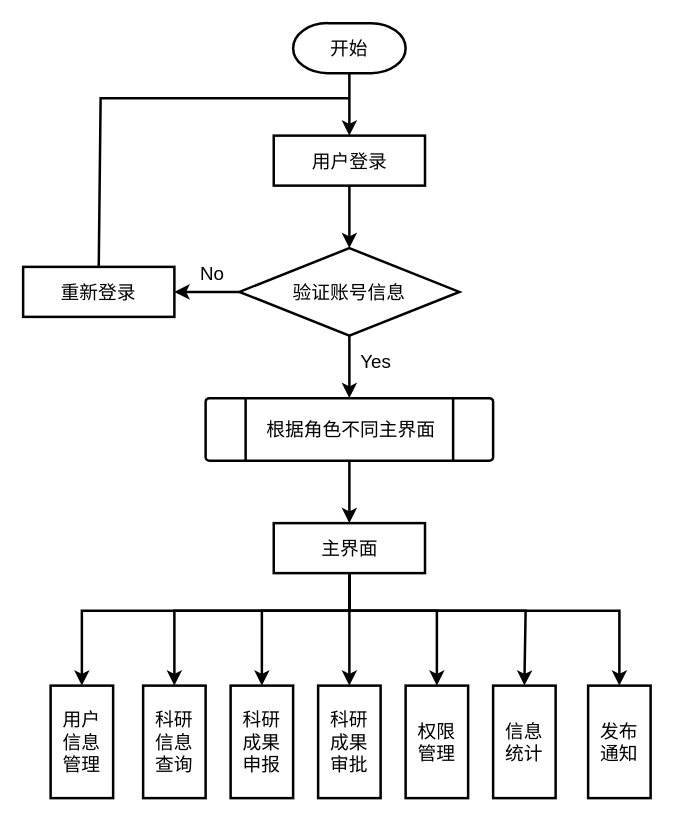
This is 科研管理系统-系统总体流程.drawio from srcrs/draw-static, a draw.io file, before an edit. Source tidied: cells renumbered, new cells numbered last; positions are measured from the earlier drawing's top-left corner, leaving out a move shared by most shapes. Both pictures are drawn from the tidied source at 125%, with x=0, y=0 at pixel (22, 22).
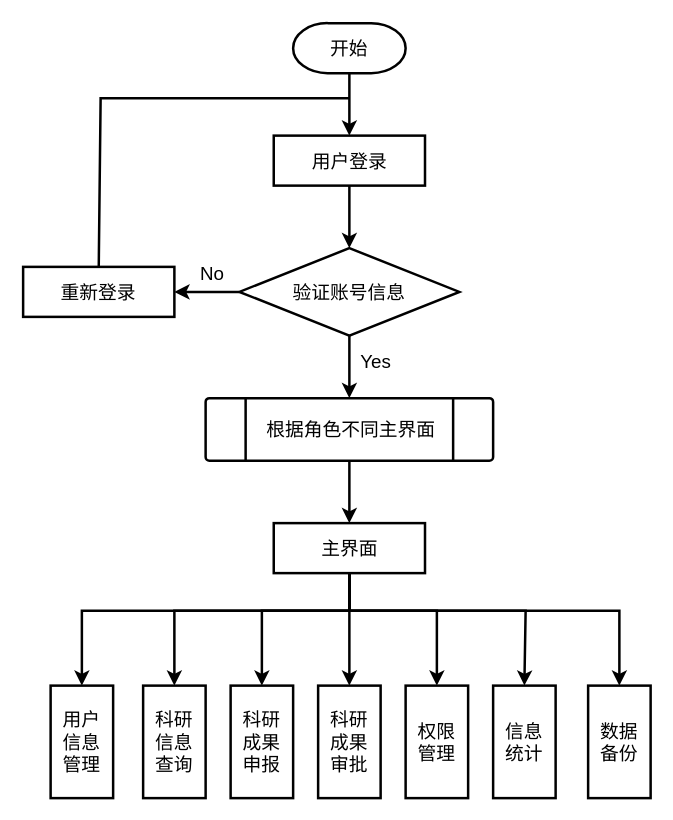
The same page after the edit.

Commit message:
更新科研管理系统-系统总体流程.drawio

The edit, as a diff of the source:
```diff
@@
-    <mxCell id="21" value="发布&lt;br&gt;通知" style="rounded=0;whiteSpace=wrap;html=1;absoluteArcSize=1;arcSize=14;strokeWidth=2;fontSize=15;" parent="1" vertex="1">
+    <mxCell id="21" value="数据&lt;br&gt;备份" style="rounded=0;whiteSpace=wrap;html=1;absoluteArcSize=1;arcSize=14;strokeWidth=2;fontSize=15;" parent="1" vertex="1">
       <mxGeometry x="452" y="530" width="50" height="90" as="geometry" />
     </mxCell>
```
